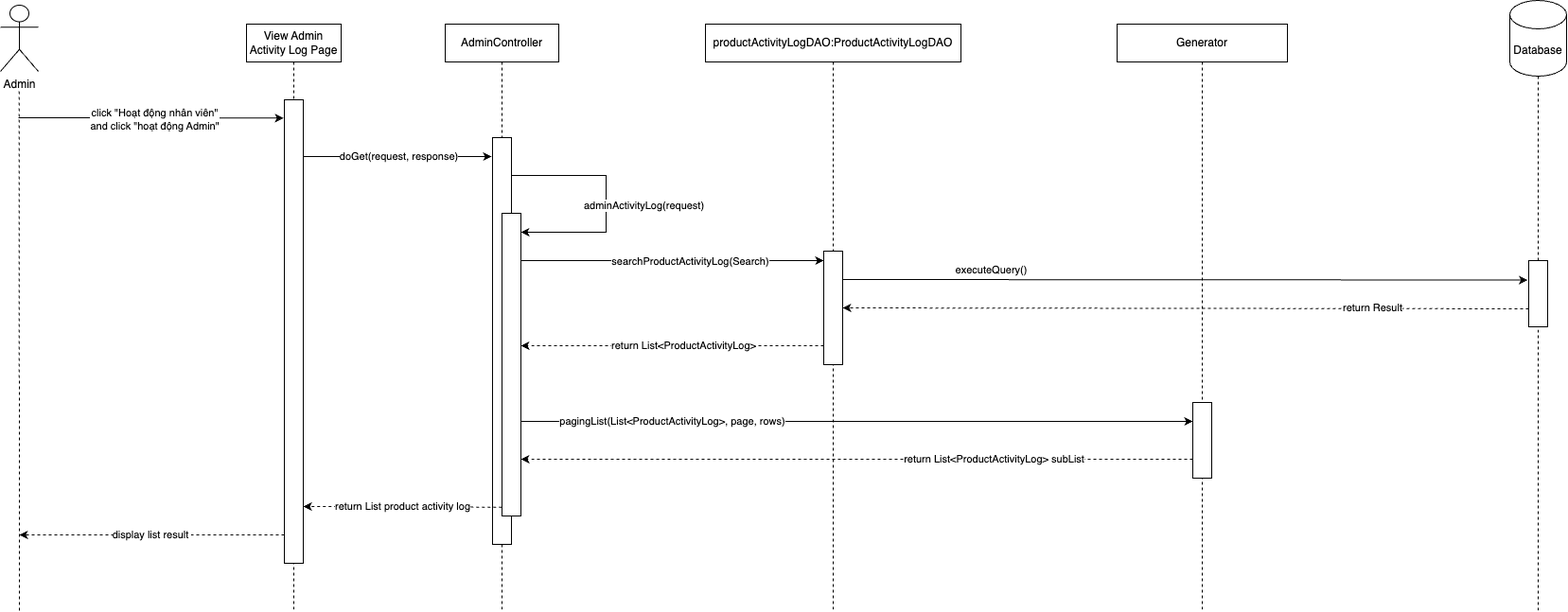
Before: document/SDS/41. View admin activity log/Sequence_Diagram/ViewAdminActivityLogSequenceDiagram.drawio.png, a diagram exported from draw.io (QuocZuong/perfume-store). Source tidied: cells renumbered, new cells last; positions are measured from the earlier drawing's top-left corner, leaving out a move shared by most shapes.
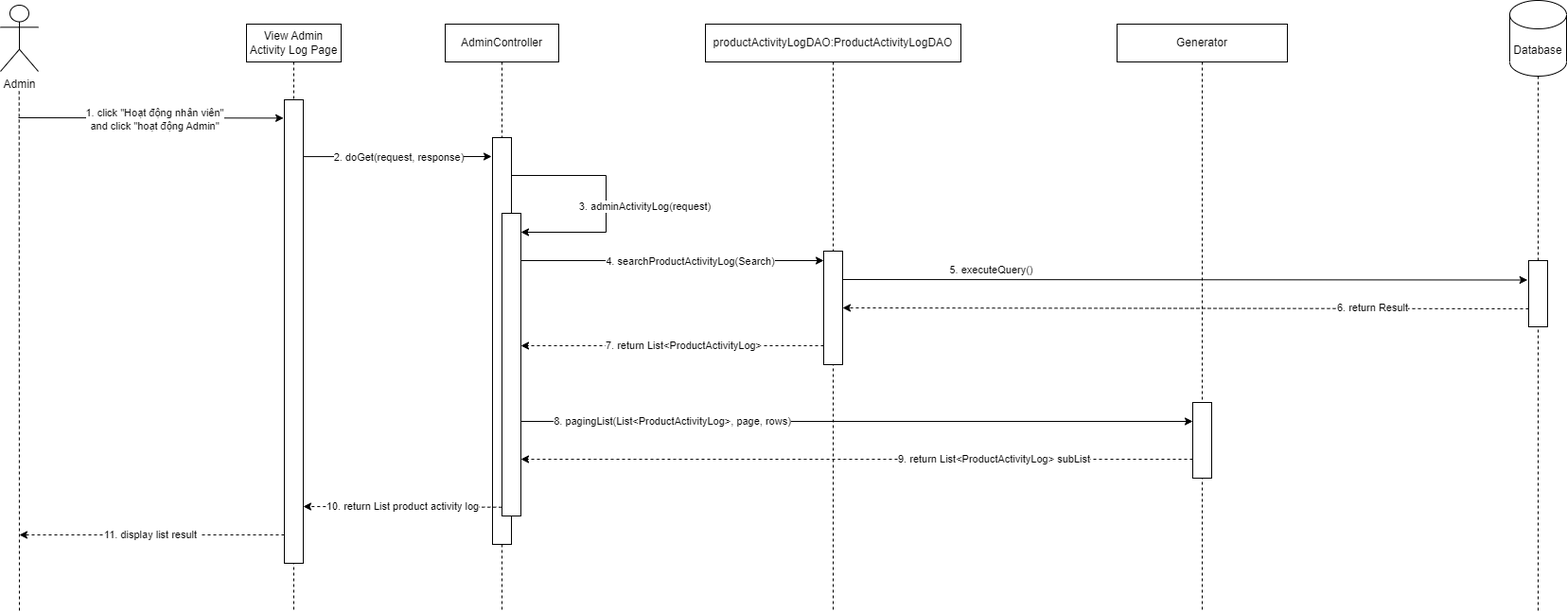
Above is the later version.

The edit, as a diff of the source:
```diff
@@ -32,7 +32,7 @@
         <mxPoint x="519" y="165" as="targetPoint" />
       </mxGeometry>
     </mxCell>
-    <mxCell id="10" value="doGet(request, response)" style="edgeLabel;html=1;align=center;verticalAlign=middle;" parent="9" vertex="1">
+    <mxCell id="10" value="2. doGet(request, response)" style="edgeLabel;html=1;align=center;verticalAlign=middle;" parent="9" vertex="1">
       <mxGeometry x="0.09" relative="1" as="geometry">
         <mxPoint x="-7" as="offset" />
       </mxGeometry>
@@ -43,7 +43,7 @@
         <mxPoint x="299.1" y="124.4" as="targetPoint" />
       </mxGeometry>
     </mxCell>
-    <mxCell id="12" value="click &quot;Hoạt động nhân viên&quot; &lt;br&gt;and click &quot;hoạt động Admin&quot;" style="edgeLabel;html=1;align=center;verticalAlign=middle;" parent="11" vertex="1">
+    <mxCell id="12" value="1. click &quot;Hoạt động nhân viên&quot; &lt;br&gt;and click &quot;hoạt động Admin&quot;" style="edgeLabel;html=1;align=center;verticalAlign=middle;" parent="11" vertex="1">
       <mxGeometry x="-0.16" y="2" relative="1" as="geometry">
         <mxPoint x="25" y="3" as="offset" />
       </mxGeometry>
@@ -73,18 +73,18 @@
         </Array>
       </mxGeometry>
     </mxCell>
-    <mxCell id="19" value="adminActivityLog(request)" style="edgeLabel;html=1;align=center;verticalAlign=middle;" parent="18" vertex="1">
+    <mxCell id="19" value="3. adminActivityLog(request)" style="edgeLabel;html=1;align=center;verticalAlign=middle;" parent="18" vertex="1">
       <mxGeometry x="0.09" relative="1" as="geometry">
         <mxPoint x="40" y="-4" as="offset" />
       </mxGeometry>
     </mxCell>
-    <mxCell id="20" value="display list result&amp;nbsp;" style="endArrow=classic;html=1;rounded=0;dashed=1;exitX=0.005;exitY=0.82;exitDx=0;exitDy=0;exitPerimeter=0;" parent="1" edge="1">
+    <mxCell id="20" value="11. display list result&amp;nbsp;" style="endArrow=classic;html=1;rounded=0;dashed=1;exitX=0.005;exitY=0.82;exitDx=0;exitDy=0;exitPerimeter=0;" parent="1" edge="1">
       <mxGeometry relative="1" as="geometry">
         <mxPoint x="300" y="565" as="sourcePoint" />
         <mxPoint x="20" y="565" as="targetPoint" />
       </mxGeometry>
     </mxCell>
-    <mxCell id="21" value="return&amp;nbsp;List&amp;lt;ProductActivityLog&amp;gt;" style="endArrow=classic;html=1;rounded=0;dashed=1;exitX=-0.178;exitY=0.826;exitDx=0;exitDy=0;exitPerimeter=0;" parent="1" edge="1">
+    <mxCell id="21" value="7. return&amp;nbsp;List&amp;lt;ProductActivityLog&amp;gt;" style="endArrow=classic;html=1;rounded=0;dashed=1;exitX=-0.178;exitY=0.826;exitDx=0;exitDy=0;exitPerimeter=0;" parent="1" edge="1">
       <mxGeometry x="-0.07" relative="1" as="geometry">
         <mxPoint x="870" y="365" as="sourcePoint" />
         <mxPoint x="550" y="365" as="targetPoint" />
@@ -93,10 +93,10 @@
     <mxCell id="22" style="rounded=0;whiteSpace=wrap;html=1;" parent="1" vertex="1">
       <mxGeometry x="1260" y="425" width="20" height="80" as="geometry" />
     </mxCell>
-    <mxCell id="23" value="executeQuery()" style="endArrow=classic;html=1;rounded=0;entryX=-0.065;entryY=0.293;entryDx=0;entryDy=0;entryPerimeter=0;exitX=1;exitY=0.25;exitDx=0;exitDy=0;" parent="1" edge="1" source="14" target="26">
+    <mxCell id="23" value="5. executeQuery()" style="endArrow=classic;html=1;rounded=0;entryX=-0.065;entryY=0.293;entryDx=0;entryDy=0;entryPerimeter=0;exitX=1;exitY=0.25;exitDx=0;exitDy=0;" parent="1" edge="1" source="14" target="26">
       <mxGeometry x="-0.57" y="10" relative="1" as="geometry" />
     </mxCell>
-    <mxCell id="24" value="return Result" style="endArrow=classic;html=1;rounded=0;dashed=1;exitX=0.012;exitY=0.85;exitDx=0;exitDy=0;exitPerimeter=0;entryX=1;entryY=0.5;entryDx=0;entryDy=0;" parent="1" edge="1" target="14">
+    <mxCell id="24" value="6. return Result" style="endArrow=classic;html=1;rounded=0;dashed=1;exitX=0.012;exitY=0.85;exitDx=0;exitDy=0;exitPerimeter=0;entryX=1;entryY=0.5;entryDx=0;entryDy=0;" parent="1" edge="1" target="14">
       <mxGeometry x="-0.54" y="-1" relative="1" as="geometry">
         <mxPoint x="1615" y="326" as="sourcePoint" />
       </mxGeometry>
@@ -109,23 +109,23 @@
     <mxCell id="26" style="rounded=0;whiteSpace=wrap;html=1;" parent="1" vertex="1">
       <mxGeometry x="1615" y="275" width="20" height="70" as="geometry" />
     </mxCell>
-    <mxCell id="27" value="return List product activity log" style="endArrow=classic;html=1;rounded=0;dashed=1;exitX=-0.01;exitY=0.971;exitDx=0;exitDy=0;exitPerimeter=0;" parent="1" edge="1" source="17">
+    <mxCell id="27" value="10. return List product activity log" style="endArrow=classic;html=1;rounded=0;dashed=1;exitX=-0.01;exitY=0.971;exitDx=0;exitDy=0;exitPerimeter=0;" parent="1" edge="1" source="17">
       <mxGeometry relative="1" as="geometry">
         <mxPoint x="320" y="535" as="targetPoint" />
       </mxGeometry>
     </mxCell>
-    <mxCell id="28" value="searchProductActivityLog(Search)" style="endArrow=classic;html=1;rounded=0;exitX=1;exitY=0.25;exitDx=0;exitDy=0;" parent="1" edge="1">
+    <mxCell id="28" value="4. searchProductActivityLog(Search)" style="endArrow=classic;html=1;rounded=0;exitX=1;exitY=0.25;exitDx=0;exitDy=0;" parent="1" edge="1">
       <mxGeometry x="0.12" y="-1" relative="1" as="geometry">
         <mxPoint x="550" y="275" as="sourcePoint" />
         <mxPoint x="870" y="275" as="targetPoint" />
       </mxGeometry>
     </mxCell>
-    <mxCell id="29" value="pagingList(List&amp;lt;ProductActivityLog&amp;gt;, page, rows)" style="endArrow=classic;html=1;rounded=0;entryX=0;entryY=0.25;entryDx=0;entryDy=0;" parent="1" edge="1" target="22">
+    <mxCell id="29" value="8. pagingList(List&amp;lt;ProductActivityLog&amp;gt;, page, rows)" style="endArrow=classic;html=1;rounded=0;entryX=0;entryY=0.25;entryDx=0;entryDy=0;" parent="1" edge="1" target="22">
       <mxGeometry x="-0.55" relative="1" as="geometry">
         <mxPoint x="550" y="445" as="sourcePoint" />
       </mxGeometry>
     </mxCell>
-    <mxCell id="30" value="return List&amp;lt;ProductActivityLog&amp;gt; subList" style="endArrow=classic;html=1;rounded=0;dashed=1;exitX=-0.178;exitY=0.826;exitDx=0;exitDy=0;exitPerimeter=0;" parent="1" edge="1">
+    <mxCell id="30" value="9. return List&amp;lt;ProductActivityLog&amp;gt; subList" style="endArrow=classic;html=1;rounded=0;dashed=1;exitX=-0.178;exitY=0.826;exitDx=0;exitDy=0;exitPerimeter=0;" parent="1" edge="1">
       <mxGeometry x="-0.41" relative="1" as="geometry">
         <mxPoint x="1260" y="485" as="sourcePoint" />
         <mxPoint x="550" y="485" as="targetPoint" />
```
